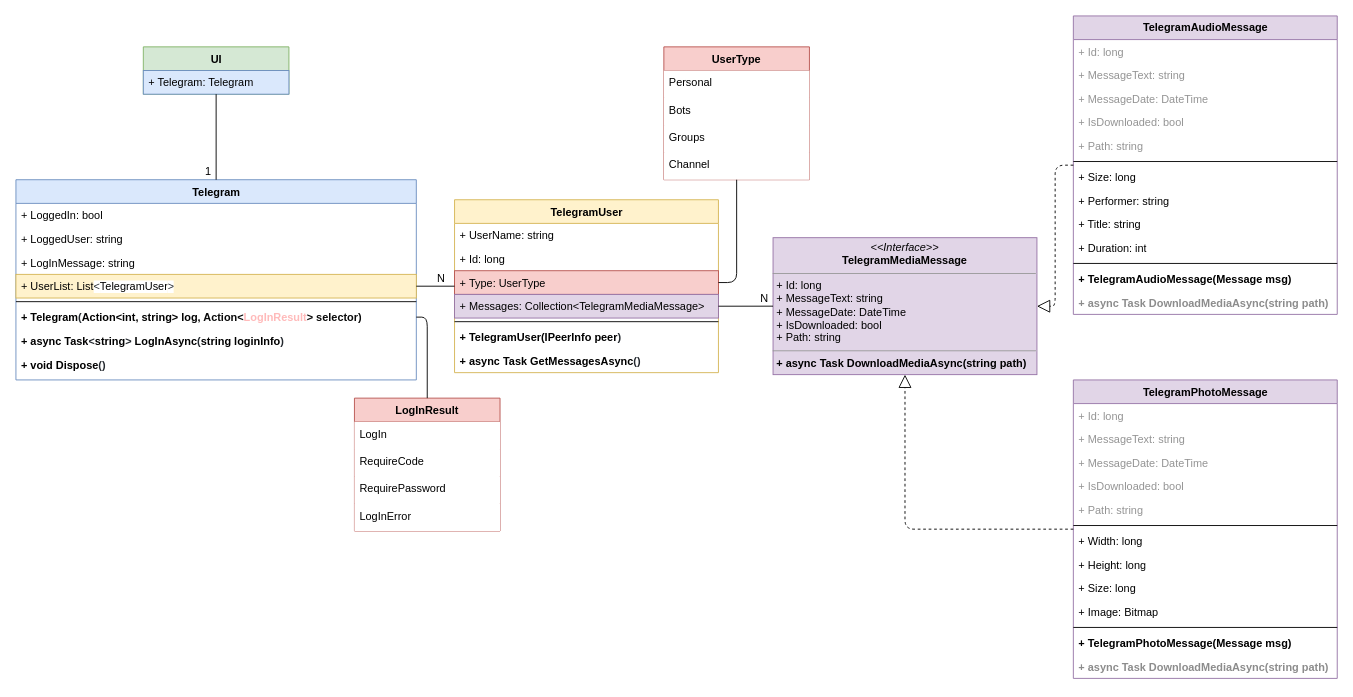
Above: page "Page-1" (1 of 2) of gb_classes.drawio in konoplinovich/Diagrams (draw.io), before the change. Source tidied: cells renumbered, new cells numbered last; positions are measured from the earlier drawing's top-left corner, leaving out a move shared by most shapes. Both pictures are drawn from the tidied source at 91%, with x=0, y=0 at pixel (15, 15).
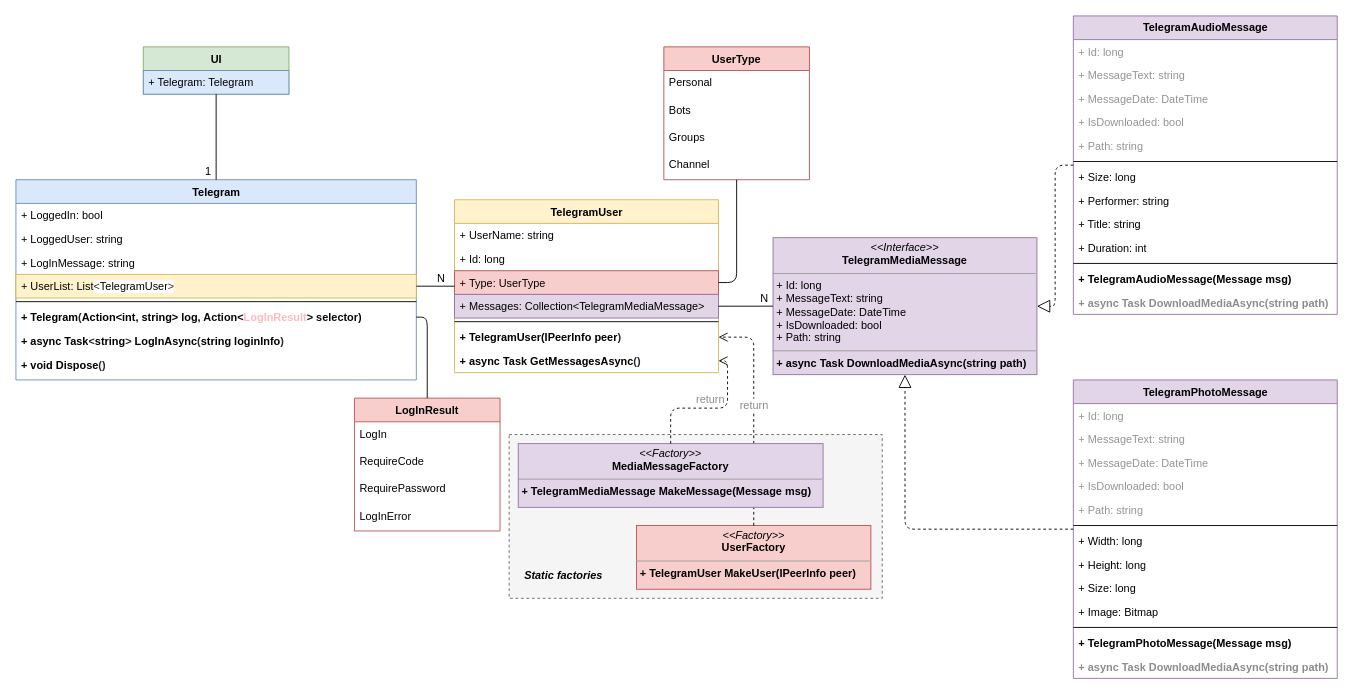
The same page after the edit.

Unchanged cells that the change refers to:
```xml
<mxCell id="10" value="+ TelegramUser(IPeerInfo peer&lt;span style=&quot;color: rgb(36, 41, 47); background-color: rgb(255, 255, 255);&quot;&gt;)&lt;/span&gt;" style="text;html=1;strokeColor=none;fillColor=none;align=left;verticalAlign=top;spacingLeft=4;spacingRight=4;whiteSpace=wrap;overflow=hidden;points=[[0,0.5],[1,0.5]];portConstraint=eastwest;fontStyle=1;fontFamily=Helvetica;" parent="4" vertex="1">
  <mxGeometry y="138" width="290" height="26" as="geometry" />
</mxCell>
<mxCell id="11" value="+ &lt;span style=&quot;box-sizing: border-box; color: var(--color-prettylights-syntax-keyword); background-color: rgb(255, 255, 255);&quot; class=&quot;pl-k&quot;&gt;async&lt;/span&gt;&lt;span style=&quot;color: rgb(36, 41, 47); background-color: rgb(255, 255, 255);&quot;&gt; &lt;/span&gt;&lt;span style=&quot;box-sizing: border-box; color: var(--color-prettylights-syntax-entity); background-color: rgb(255, 255, 255);&quot; class=&quot;pl-en&quot;&gt;Task&lt;/span&gt;&lt;span style=&quot;color: rgb(36, 41, 47); background-color: rgb(255, 255, 255);&quot;&gt; &lt;/span&gt;&lt;span style=&quot;box-sizing: border-box; color: var(--color-prettylights-syntax-entity); background-color: rgb(255, 255, 255);&quot; class=&quot;pl-en&quot;&gt;&lt;span style=&quot;box-sizing: border-box;&quot; data-hydro-click=&quot;{&amp;quot;event_type&amp;quot;:&amp;quot;code_navigation.click_on_symbol&amp;quot;,&amp;quot;payload&amp;quot;:{&amp;quot;action&amp;quot;:&amp;quot;click_on_symbol&amp;quot;,&amp;quot;repository_id&amp;quot;:582815882,&amp;quot;ref&amp;quot;:&amp;quot;master&amp;quot;,&amp;quot;language&amp;quot;:&amp;quot;C#&amp;quot;,&amp;quot;backend&amp;quot;:&amp;quot;ALEPH_FUZZY&amp;quot;,&amp;quot;code_nav_context&amp;quot;:&amp;quot;BLOB_VIEW&amp;quot;,&amp;quot;retry_backend&amp;quot;:&amp;quot;&amp;quot;,&amp;quot;cross_repo_results_included&amp;quot;:&amp;quot;CROSS_REPO_ENABLED&amp;quot;,&amp;quot;in_repo_result_count&amp;quot;:2,&amp;quot;cross_repo_result_count&amp;quot;:0,&amp;quot;originating_url&amp;quot;:&amp;quot;https://github.com/konoplinovich/GreedyBastard/find-definition?q=GetMessagesAsync&amp;amp;blob_path=GreedyBastardLib%2FTelegram.cs&amp;amp;ref=master&amp;amp;language=C%23&amp;amp;row=105&amp;amp;col=26&amp;amp;code_nav_context=BLOB_VIEW&amp;quot;,&amp;quot;user_id&amp;quot;:5209747}}&quot; class=&quot;pl-token&quot;&gt;GetMessagesAsync&lt;/span&gt;&lt;/span&gt;&lt;span style=&quot;color: rgb(36, 41, 47); background-color: rgb(255, 255, 255);&quot;&gt;(&lt;/span&gt;&lt;span style=&quot;color: rgb(36, 41, 47); background-color: rgb(255, 255, 255);&quot;&gt;)&lt;/span&gt;" style="text;html=1;strokeColor=none;fillColor=none;align=left;verticalAlign=top;spacingLeft=4;spacingRight=4;whiteSpace=wrap;overflow=hidden;points=[[0,0.5],[1,0.5]];portConstraint=eastwest;fontStyle=1;fontFamily=Helvetica;" parent="4" vertex="1">
  <mxGeometry y="164" width="290" height="26" as="geometry" />
</mxCell>
```

The edit, as a diff of the source:
```diff
@@
-    <mxCell id="58" value="UserType" style="swimlane;fontStyle=1;horizontal=1;startSize=26;align=center;fontSize=12;fillColor=#f8cecc;strokeColor=#b85450;fontFamily=Helvetica;" parent="1" vertex="1">
+    <mxCell id="58" value="UserType" style="swimlane;fontStyle=1;horizontal=1;startSize=26;align=center;fontSize=12;fillColor=#f8cecc;strokeColor=#b85450;fontFamily=Helvetica;fillStyle=solid;swimlaneFillColor=default;" parent="1" vertex="1">
       <mxGeometry x="712" y="34" width="160" height="146" as="geometry" />
     </mxCell>
-    <mxCell id="59" value="Personal" style="text;strokeColor=none;fillColor=default;spacingLeft=4;spacingRight=4;overflow=hidden;fontSize=12;fontFamily=Helvetica;" parent="58" vertex="1">
+    <mxCell id="59" value="Personal" style="text;strokeColor=none;fillColor=none;spacingLeft=4;spacingRight=4;overflow=hidden;fontSize=12;fontFamily=Helvetica;" parent="58" vertex="1">
       <mxGeometry y="26" width="160" height="30" as="geometry" />
     </mxCell>
-    <mxCell id="60" value="Bots" style="text;strokeColor=none;fillColor=default;spacingLeft=4;spacingRight=4;overflow=hidden;fontSize=12;fontFamily=Helvetica;" parent="58" vertex="1">
+    <mxCell id="60" value="Bots" style="text;strokeColor=none;fillColor=none;spacingLeft=4;spacingRight=4;overflow=hidden;fontSize=12;fontFamily=Helvetica;" parent="58" vertex="1">
       <mxGeometry y="56" width="160" height="30" as="geometry" />
     </mxCell>
-    <mxCell id="61" value="Groups" style="text;strokeColor=none;fillColor=default;spacingLeft=4;spacingRight=4;overflow=hidden;fontSize=12;fontFamily=Helvetica;" parent="58" vertex="1">
+    <mxCell id="61" value="Groups" style="text;strokeColor=none;fillColor=none;spacingLeft=4;spacingRight=4;overflow=hidden;fontSize=12;fontFamily=Helvetica;" parent="58" vertex="1">
       <mxGeometry y="86" width="160" height="30" as="geometry" />
     </mxCell>
-    <mxCell id="62" value="Channel" style="text;strokeColor=none;fillColor=default;spacingLeft=4;spacingRight=4;overflow=hidden;fontSize=12;fontFamily=Helvetica;" parent="58" vertex="1">
+    <mxCell id="62" value="Channel" style="text;strokeColor=none;fillColor=none;spacingLeft=4;spacingRight=4;overflow=hidden;fontSize=12;fontFamily=Helvetica;" parent="58" vertex="1">
       <mxGeometry y="116" width="160" height="30" as="geometry" />
     </mxCell>
@@
-    <mxCell id="64" value="LogInResult" style="swimlane;fontStyle=1;horizontal=1;startSize=26;align=center;fontSize=12;fillColor=#f8cecc;strokeColor=#b85450;fontFamily=Helvetica;" parent="1" vertex="1">
+    <mxCell id="64" value="LogInResult" style="swimlane;fontStyle=1;horizontal=1;startSize=26;align=center;fontSize=12;fillColor=#f8cecc;strokeColor=#b85450;fontFamily=Helvetica;fillStyle=solid;swimlaneFillColor=default;" parent="1" vertex="1">
       <mxGeometry x="372" y="420" width="160" height="146" as="geometry" />
     </mxCell>
-    <mxCell id="65" value="LogIn" style="text;strokeColor=none;fillColor=default;spacingLeft=4;spacingRight=4;overflow=hidden;fontSize=12;fontFamily=Helvetica;" parent="64" vertex="1">
+    <mxCell id="65" value="LogIn" style="text;strokeColor=none;fillColor=none;spacingLeft=4;spacingRight=4;overflow=hidden;fontSize=12;fontFamily=Helvetica;" parent="64" vertex="1">
       <mxGeometry y="26" width="160" height="30" as="geometry" />
     </mxCell>
-    <mxCell id="66" value="RequireCode" style="text;strokeColor=none;fillColor=default;spacingLeft=4;spacingRight=4;overflow=hidden;fontSize=12;fontFamily=Helvetica;" parent="64" vertex="1">
+    <mxCell id="66" value="RequireCode" style="text;strokeColor=none;fillColor=none;spacingLeft=4;spacingRight=4;overflow=hidden;fontSize=12;fontFamily=Helvetica;" parent="64" vertex="1">
       <mxGeometry y="56" width="160" height="30" as="geometry" />
     </mxCell>
-    <mxCell id="67" value="RequirePassword" style="text;strokeColor=none;fillColor=default;spacingLeft=4;spacingRight=4;overflow=hidden;fontSize=12;fontFamily=Helvetica;" parent="64" vertex="1">
+    <mxCell id="67" value="RequirePassword" style="text;strokeColor=none;fillColor=none;spacingLeft=4;spacingRight=4;overflow=hidden;fontSize=12;fontFamily=Helvetica;" parent="64" vertex="1">
       <mxGeometry y="86" width="160" height="30" as="geometry" />
     </mxCell>
-    <mxCell id="68" value="LogInError" style="text;strokeColor=none;fillColor=default;spacingLeft=4;spacingRight=4;overflow=hidden;fontSize=12;fontFamily=Helvetica;" parent="64" vertex="1">
+    <mxCell id="68" value="LogInError" style="text;strokeColor=none;fillColor=none;spacingLeft=4;spacingRight=4;overflow=hidden;fontSize=12;fontFamily=Helvetica;" parent="64" vertex="1">
       <mxGeometry y="116" width="160" height="30" as="geometry" />
     </mxCell>
+    <mxCell id="70" style="rounded=0;whiteSpace=wrap;html=1;shadow=0;fillStyle=solid;strokeColor=#666666;fillColor=#f5f5f5;fontColor=#333333;dashed=1;" parent="1" vertex="1">
+      <mxGeometry x="542" y="460" width="410" height="180" as="geometry" />
+    </mxCell>
@@
+    <mxCell id="71" value="&lt;p style=&quot;margin:0px;margin-top:4px;text-align:center;&quot;&gt;&lt;i&gt;&amp;lt;&amp;lt;Factory&amp;gt;&amp;gt;&lt;/i&gt;&lt;br&gt;&lt;b&gt;UserFactory&lt;/b&gt;&lt;/p&gt;&lt;hr size=&quot;1&quot;&gt;&lt;p style=&quot;margin:0px;margin-left:4px;&quot;&gt;&lt;/p&gt;&lt;p style=&quot;border-color: var(--border-color); margin: 0px 0px 0px 4px;&quot;&gt;&lt;b&gt;+ TelegramUser MakeUser(IPeerInfo peer)&lt;/b&gt;&lt;br&gt;&lt;/p&gt;" style="verticalAlign=top;align=left;overflow=fill;fontSize=12;fontFamily=Helvetica;html=1;rounded=0;shadow=0;comic=0;labelBackgroundColor=none;strokeWidth=1;fillColor=#f8cecc;strokeColor=#b85450;" parent="1" vertex="1">
+      <mxGeometry x="682" y="560" width="257.5" height="70" as="geometry" />
+    </mxCell>
+    <mxCell id="72" value="return" style="html=1;verticalAlign=bottom;endArrow=open;dashed=1;endSize=8;rounded=1;fontFamily=Helvetica;fontSize=12;fontColor=#8C8C8C;entryX=1;entryY=0.5;entryDx=0;entryDy=0;edgeStyle=orthogonalEdgeStyle;" parent="1" edge="1" source="71" target="10">
+      <mxGeometry relative="1" as="geometry" />
+    </mxCell>
+    <mxCell id="73" value="&lt;p style=&quot;margin:0px;margin-top:4px;text-align:center;&quot;&gt;&lt;i&gt;&amp;lt;&amp;lt;Factory&amp;gt;&amp;gt;&lt;/i&gt;&lt;br&gt;&lt;b&gt;MediaMessage&lt;/b&gt;&lt;b style=&quot;background-color: initial;&quot;&gt;Factory&lt;/b&gt;&lt;/p&gt;&lt;hr size=&quot;1&quot;&gt;&lt;p style=&quot;margin:0px;margin-left:4px;&quot;&gt;&lt;/p&gt;&lt;p style=&quot;border-color: var(--border-color); margin: 0px 0px 0px 4px;&quot;&gt;&lt;b&gt;+&amp;nbsp;&lt;/b&gt;&lt;b style=&quot;border-color: var(--border-color); text-align: center;&quot;&gt;TelegramMediaMessage&amp;nbsp;&lt;/b&gt;&lt;b&gt;MakeMessage(Message msg)&lt;/b&gt;&lt;br&gt;&lt;/p&gt;" style="verticalAlign=top;align=left;overflow=fill;fontSize=12;fontFamily=Helvetica;html=1;rounded=0;shadow=0;comic=0;labelBackgroundColor=none;strokeWidth=1;fillColor=#e1d5e7;strokeColor=#9673a6;fontColor=default;" parent="1" vertex="1">
+      <mxGeometry x="552" y="470" width="335" height="70" as="geometry" />
+    </mxCell>
+    <mxCell id="74" value="return" style="html=1;verticalAlign=bottom;endArrow=open;dashed=1;endSize=8;rounded=1;fontFamily=Helvetica;fontSize=12;fontColor=#8C8C8C;entryX=1;entryY=0.5;entryDx=0;entryDy=0;edgeStyle=orthogonalEdgeStyle;" parent="1" edge="1" source="73" target="11">
+      <mxGeometry relative="1" as="geometry" />
+    </mxCell>
+    <mxCell id="75" value="Static factories" style="text;html=1;strokeColor=none;fillColor=none;align=center;verticalAlign=middle;whiteSpace=wrap;rounded=0;fontStyle=3;" parent="1" vertex="1">
+      <mxGeometry x="552" y="600" width="100" height="30" as="geometry" />
+    </mxCell>
```
